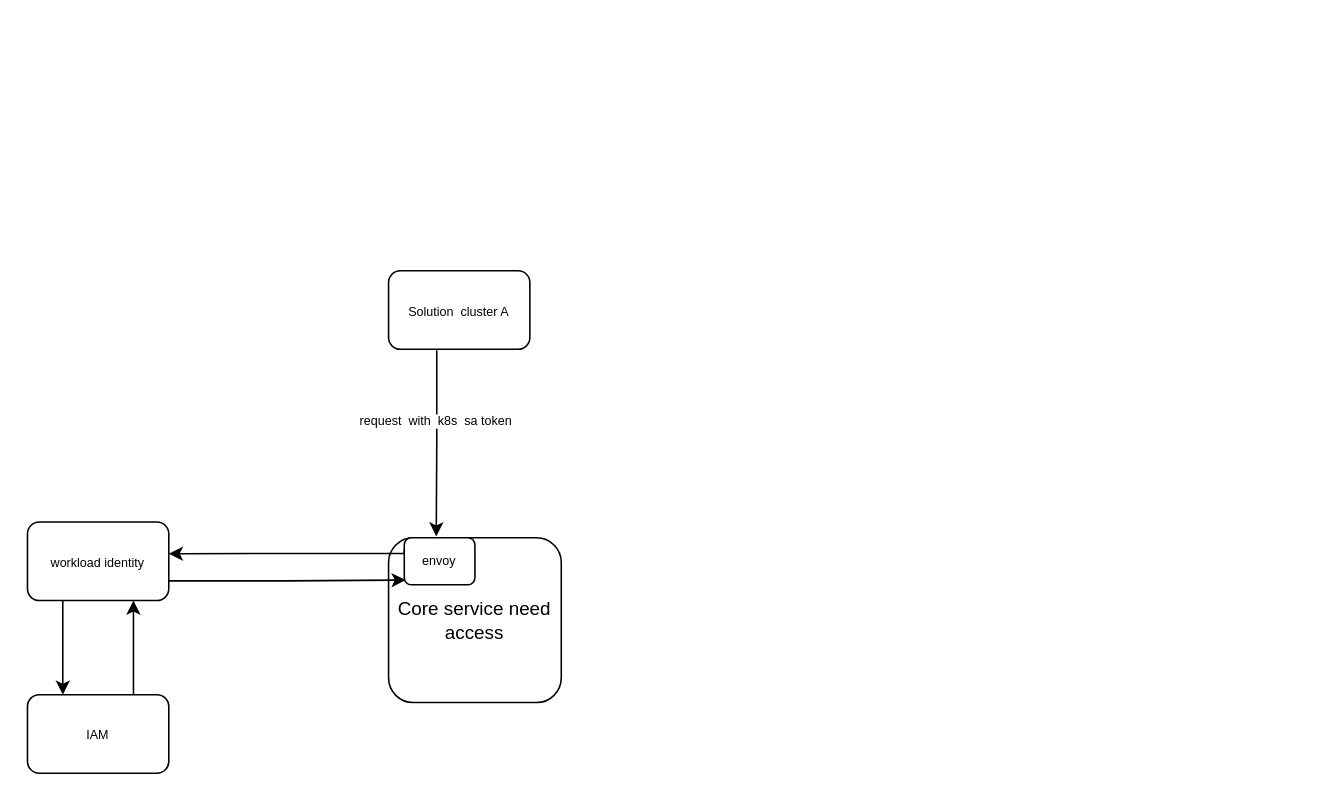
Before: page "Page-1" (1 of 3) of HP/Untitled Diagram.drawio in zhangwm1987/mydraw_io, a draw.io diagram. Source tidied: cells renumbered, new cells numbered last; positions are measured from the earlier drawing's top-left corner, leaving out a move shared by most shapes. Both pictures are drawn from the tidied source at 157%, with x=0, y=0 at pixel (27, 270).
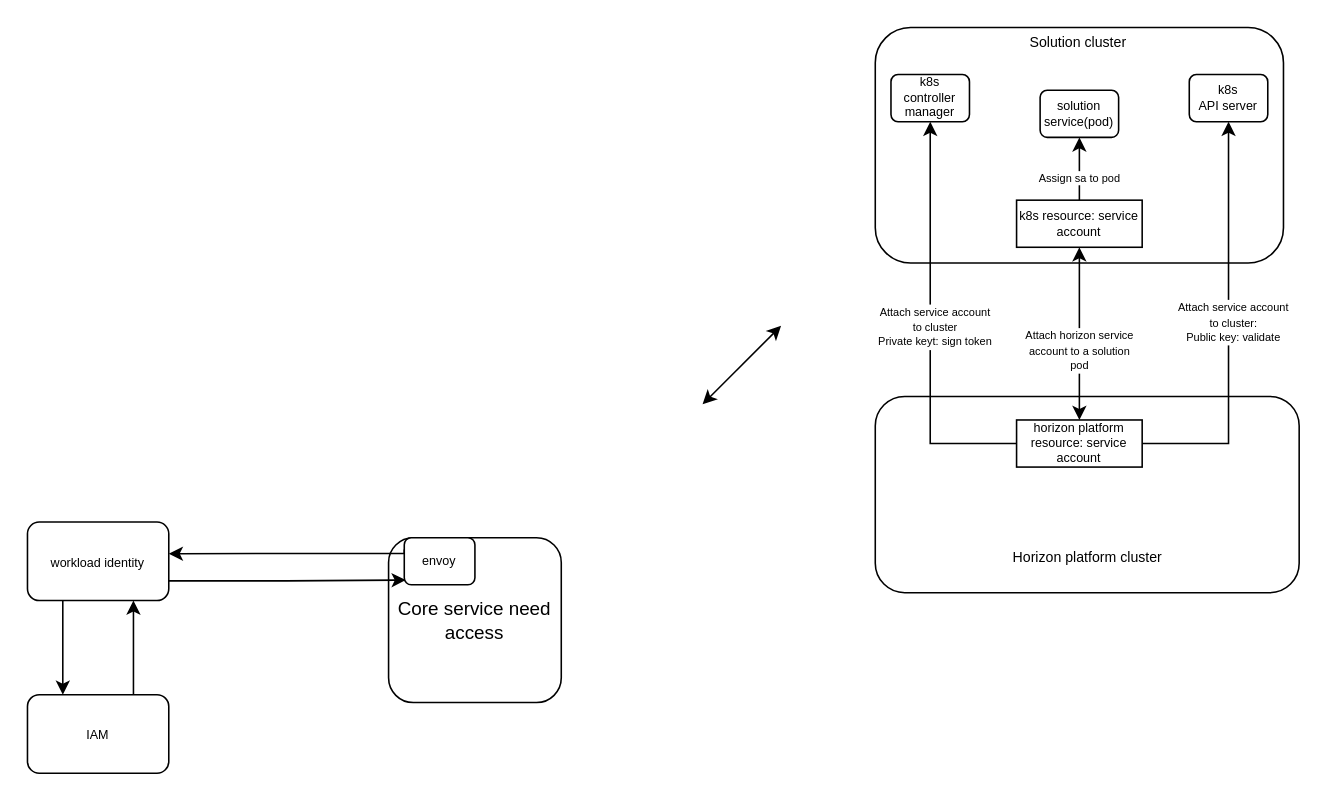
The same diagram, later.

Unchanged cells that the change refers to:
```xml
<mxCell id="5" value="Core service need&lt;br&gt;access" style="rounded=1;whiteSpace=wrap;html=1;" parent="1" vertex="1">
  <mxGeometry x="230" y="170" width="110" height="105" as="geometry" />
</mxCell>
```

What changed in the source:
```diff
@@
-    <mxCell id="2" style="edgeStyle=orthogonalEdgeStyle;rounded=0;jettySize=auto;html=1;entryX=0.276;entryY=-0.008;entryDx=0;entryDy=0;fontSize=8;entryPerimeter=0;exitX=0.341;exitY=1.011;exitDx=0;exitDy=0;exitPerimeter=0;" parent="1" edge="1" source="4" target="5">
-      <mxGeometry relative="1" as="geometry" />
-    </mxCell>
-    <mxCell id="3" value="request&amp;nbsp; with&amp;nbsp; k8s&amp;nbsp; sa token" style="edgeLabel;html=1;align=center;verticalAlign=middle;fontSize=8;" parent="2" vertex="1">
-      <mxGeometry x="-0.24" y="-1" relative="1" as="geometry" />
-    </mxCell>
-    <mxCell id="4" value="&lt;font style=&quot;font-size: 8px&quot;&gt;Solution&amp;nbsp; cluster A&lt;/font&gt;" style="rounded=1;whiteSpace=wrap;html=1;" parent="1" vertex="1">
-      <mxGeometry x="230" width="90" height="50" as="geometry" />
+    <mxCell id="4" style="rounded=1;whiteSpace=wrap;html=1;" parent="1" vertex="1">
+      <mxGeometry x="540" y="-155" width="260" height="150" as="geometry" />
     </mxCell>
@@
+    <mxCell id="13" value="k8s&lt;br&gt;controller manager" style="rounded=1;whiteSpace=wrap;html=1;fontSize=8;" parent="1" vertex="1">
+      <mxGeometry x="550" y="-125" width="50" height="30" as="geometry" />
+    </mxCell>
+    <mxCell id="14" value="k8s&lt;br&gt;API server" style="rounded=1;whiteSpace=wrap;html=1;fontSize=8;" parent="1" vertex="1">
+      <mxGeometry x="740" y="-125" width="50" height="30" as="geometry" />
+    </mxCell>
+    <mxCell id="15" style="edgeStyle=orthogonalEdgeStyle;rounded=0;jettySize=auto;html=1;exitX=0.5;exitY=0;exitDx=0;exitDy=0;entryX=0.5;entryY=1;entryDx=0;entryDy=0;fontSize=8;" parent="1" edge="1" source="17" target="25">
+      <mxGeometry relative="1" as="geometry" />
+    </mxCell>
+    <mxCell id="16" value="&lt;font style=&quot;font-size: 7px&quot;&gt;Assign sa to pod&lt;/font&gt;" style="edgeLabel;html=1;align=center;verticalAlign=middle;fontSize=8;" parent="15" vertex="1">
+      <mxGeometry x="-0.25" y="1" relative="1" as="geometry" />
+    </mxCell>
+    <mxCell id="17" value="k8s resource: service account" style="rounded=0;whiteSpace=wrap;html=1;fontSize=8;" parent="1" vertex="1">
+      <mxGeometry x="630" y="-45" width="80" height="30" as="geometry" />
+    </mxCell>
+    <mxCell id="18" style="rounded=1;whiteSpace=wrap;html=1;fontSize=8;" parent="1" vertex="1">
+      <mxGeometry x="540" y="80" width="270" height="125" as="geometry" />
+    </mxCell>
+    <mxCell id="19" style="edgeStyle=orthogonalEdgeStyle;rounded=0;jettySize=auto;html=1;exitX=0;exitY=0.5;exitDx=0;exitDy=0;entryX=0.5;entryY=1;entryDx=0;entryDy=0;fontSize=8;" parent="1" edge="1" source="23" target="13">
+      <mxGeometry relative="1" as="geometry" />
+    </mxCell>
+    <mxCell id="20" value="&lt;font style=&quot;font-size: 7px&quot;&gt;Attach service account &lt;br&gt;to cluster&lt;br&gt;Private keyt: sign token&lt;/font&gt;" style="edgeLabel;html=1;align=center;verticalAlign=middle;fontSize=8;" parent="19" vertex="1">
+      <mxGeometry y="-2" relative="1" as="geometry" />
+    </mxCell>
+    <mxCell id="21" style="edgeStyle=orthogonalEdgeStyle;rounded=0;jettySize=auto;html=1;exitX=1;exitY=0.5;exitDx=0;exitDy=0;fontSize=8;" parent="1" edge="1" source="23" target="14">
+      <mxGeometry relative="1" as="geometry" />
+    </mxCell>
+    <mxCell id="22" value="&lt;font style=&quot;font-size: 7px&quot;&gt;Attach service account &lt;br&gt;to cluster:&lt;br&gt;Public key: validate&lt;/font&gt;" style="edgeLabel;html=1;align=center;verticalAlign=middle;fontSize=8;" parent="21" vertex="1">
+      <mxGeometry x="0.02" y="-2" relative="1" as="geometry" />
+    </mxCell>
+    <mxCell id="23" value="horizon platform resource: service account" style="rounded=0;whiteSpace=wrap;html=1;fontSize=8;" parent="1" vertex="1">
+      <mxGeometry x="630" y="95" width="80" height="30" as="geometry" />
+    </mxCell>
+    <mxCell id="24" style="endArrow=classic;startArrow=classic;html=1;rounded=0;fontSize=8;" parent="1" edge="1">
+      <mxGeometry relative="1" as="geometry">
+        <mxPoint x="430" y="85" as="sourcePoint" />
+        <mxPoint x="480" y="35" as="targetPoint" />
+      </mxGeometry>
+    </mxCell>
+    <mxCell id="25" value="solution service(pod)" style="rounded=1;whiteSpace=wrap;html=1;fontSize=8;" parent="1" vertex="1">
+      <mxGeometry x="645" y="-115" width="50" height="30" as="geometry" />
+    </mxCell>
+    <mxCell id="26" style="endArrow=classic;startArrow=classic;html=1;rounded=0;fontSize=8;entryX=0.5;entryY=1;entryDx=0;entryDy=0;exitX=0.5;exitY=0;exitDx=0;exitDy=0;" parent="1" edge="1" source="23" target="17">
+      <mxGeometry relative="1" as="geometry" />
+    </mxCell>
+    <mxCell id="27" value="&lt;font style=&quot;font-size: 7px&quot;&gt;Attach horizon service&lt;br&gt;account to a solution&lt;br&gt;pod&lt;/font&gt;" style="edgeLabel;html=1;align=center;verticalAlign=middle;fontSize=8;" parent="26" vertex="1">
+      <mxGeometry x="-0.19" y="1" relative="1" as="geometry" />
+    </mxCell>
+    <mxCell id="28" value="&lt;font style=&quot;font-size: 9px&quot;&gt;Horizon platform cluster&lt;/font&gt;" style="text;html=1;strokeColor=none;fillColor=none;align=center;verticalAlign=middle;whiteSpace=wrap;rounded=0;fontSize=7;" parent="1" vertex="1">
+      <mxGeometry x="582.5" y="170" width="185" height="25" as="geometry" />
+    </mxCell>
+    <mxCell id="29" value="&lt;font style=&quot;font-size: 9px&quot;&gt;Solution cluster&lt;/font&gt;" style="text;html=1;strokeColor=none;fillColor=none;align=center;verticalAlign=middle;whiteSpace=wrap;rounded=0;fontSize=7;" parent="1" vertex="1">
+      <mxGeometry x="597.5" y="-155" width="142.5" height="20" as="geometry" />
+    </mxCell>
```
